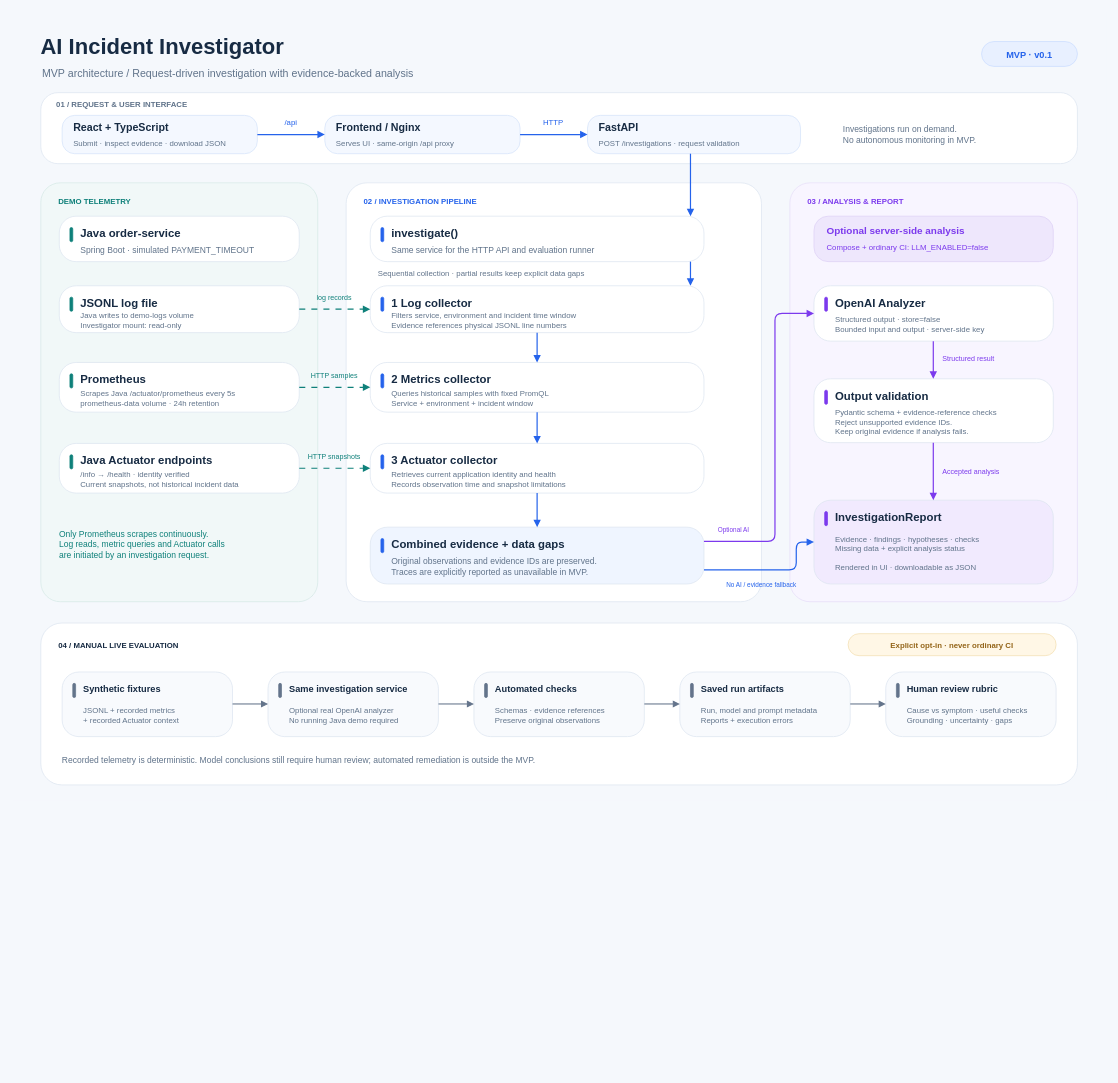
Earlier version of the draw.io diagram docs/architecture/architecture.drawio (woody-ai-dev/ai-incident-investigator). Source tidied: cells renumbered, new cells numbered last; positions are measured from the earlier drawing's top-left corner, leaving out a move shared by most shapes. Both pictures are drawn from the tidied source at 71%, with x=0, y=0 at pixel (12, 12).
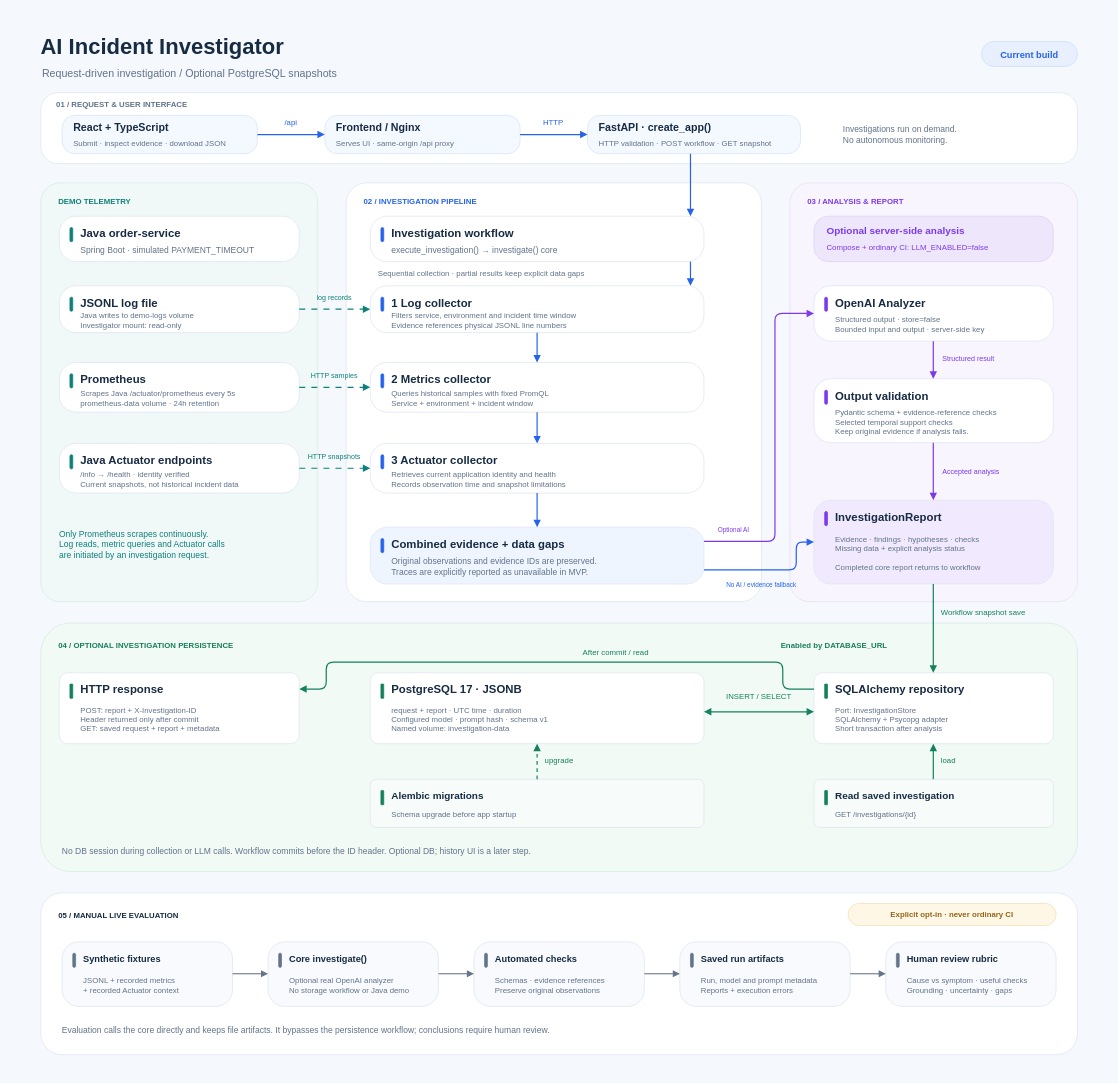
The same page after the edit.

Unchanged cells that the change refers to:
```xml
<mxCell id="17" style="group;" parent="1" vertex="1">
  <mxGeometry x="810" y="145" width="300" height="54" as="geometry" />
</mxCell>
<mxCell id="37" style="group;" parent="1" vertex="1">
  <mxGeometry x="504" y="287" width="470" height="64" as="geometry" />
</mxCell>
<mxCell id="98" style="group;" parent="1" vertex="1">
  <mxGeometry x="1129" y="516" width="337" height="90" as="geometry" />
</mxCell>
<mxCell id="103" style="group;" parent="1" vertex="1">
  <mxGeometry x="1129" y="687" width="337" height="118" as="geometry" />
</mxCell>
```

Change to the diagram source:
```diff
@@
     <mxCell id="2" style="rounded=0;arcSize=0;whiteSpace=wrap;html=0;fillColor=#F5F8FC;strokeColor=#F5F8FC;strokeWidth=1;" parent="1" vertex="1">
-      <mxGeometry width="1540" height="1110" as="geometry" />
+      <mxGeometry width="1540" height="1490" as="geometry" />
     </mxCell>
@@
-    <mxCell id="4" value="MVP architecture  /  Request-driven investigation with evidence-backed analysis" style="text;html=0;strokeColor=none;fillColor=none;align=left;verticalAlign=middle;whiteSpace=wrap;rounded=0;fontFamily=Arial;fontSize=15;fontColor=#60738A;fontStyle=0;spacing=0;" parent="1" vertex="1">
+    <mxCell id="4" value="Request-driven investigation  /  Optional PostgreSQL snapshots" style="text;html=0;strokeColor=none;fillColor=none;align=left;verticalAlign=middle;whiteSpace=wrap;rounded=0;fontFamily=Arial;fontSize=15;fontColor=#60738A;fontStyle=0;spacing=0;" parent="1" vertex="1">
       <mxGeometry x="42" y="74" width="1080" height="21" as="geometry" />
     </mxCell>
@@
-    <mxCell id="6" value="MVP  ·  v0.1" style="text;html=0;strokeColor=none;fillColor=none;align=center;verticalAlign=middle;whiteSpace=wrap;rounded=0;fontFamily=Arial;fontSize=13;fontColor=#2563EB;fontStyle=1;spacing=0;" parent="1" vertex="1">
+    <mxCell id="6" value="Current build" style="text;html=0;strokeColor=none;fillColor=none;align=center;verticalAlign=middle;whiteSpace=wrap;rounded=0;fontFamily=Arial;fontSize=13;fontColor=#2563EB;fontStyle=1;spacing=0;" parent="1" vertex="1">
       <mxGeometry x="1365" y="41" width="135" height="35" as="geometry" />
     </mxCell>
@@
-    <mxCell id="19" value="FastAPI" style="text;html=0;strokeColor=none;fillColor=none;align=left;verticalAlign=middle;whiteSpace=wrap;rounded=0;fontFamily=Arial;fontSize=15;fontColor=#172B43;fontStyle=1;spacing=0;" parent="17" vertex="1">
+    <mxCell id="19" value="FastAPI · create_app()" style="text;html=0;strokeColor=none;fillColor=none;align=left;verticalAlign=middle;whiteSpace=wrap;rounded=0;fontFamily=Arial;fontSize=15;fontColor=#172B43;fontStyle=1;spacing=0;" parent="17" vertex="1">
       <mxGeometry x="16" y="5" width="270" height="23" as="geometry" />
     </mxCell>
-    <mxCell id="20" value="POST /investigations · request validation" style="text;html=0;strokeColor=none;fillColor=none;align=left;verticalAlign=middle;whiteSpace=wrap;rounded=0;fontFamily=Arial;fontSize=11;fontColor=#60738A;fontStyle=0;spacing=0;" parent="17" vertex="1">
+    <mxCell id="20" value="HTTP validation · POST workflow · GET snapshot" style="text;html=0;strokeColor=none;fillColor=none;align=left;verticalAlign=middle;whiteSpace=wrap;rounded=0;fontFamily=Arial;fontSize=11;fontColor=#60738A;fontStyle=0;spacing=0;" parent="17" vertex="1">
       <mxGeometry x="16" y="31" width="270" height="16" as="geometry" />
     </mxCell>
@@
-    <mxCell id="25" value="Investigations run on demand.&#10;No autonomous monitoring in MVP." style="text;html=0;strokeColor=none;fillColor=none;align=left;verticalAlign=middle;whiteSpace=wrap;rounded=0;fontFamily=Arial;fontSize=12;fontColor=#60738A;fontStyle=0;spacing=0;" parent="1" vertex="1">
+    <mxCell id="25" value="Investigations run on demand.&#10;No autonomous monitoring." style="text;html=0;strokeColor=none;fillColor=none;align=left;verticalAlign=middle;whiteSpace=wrap;rounded=0;fontFamily=Arial;fontSize=12;fontColor=#60738A;fontStyle=0;spacing=0;" parent="1" vertex="1">
       <mxGeometry x="1170" y="151" width="290" height="42" as="geometry" />
     </mxCell>
@@
-    <mxCell id="40" value="investigate()" style="text;html=0;strokeColor=none;fillColor=none;align=left;verticalAlign=middle;whiteSpace=wrap;rounded=0;fontFamily=Arial;fontSize=16;fontColor=#172B43;fontStyle=1;spacing=0;" parent="37" vertex="1">
+    <mxCell id="40" value="Investigation workflow" style="text;html=0;strokeColor=none;fillColor=none;align=left;verticalAlign=middle;whiteSpace=wrap;rounded=0;fontFamily=Arial;fontSize=16;fontColor=#172B43;fontStyle=1;spacing=0;" parent="37" vertex="1">
       <mxGeometry x="30" y="11" width="426" height="25" as="geometry" />
     </mxCell>
-    <mxCell id="41" value="Same service for the HTTP API and evaluation runner" style="text;html=0;strokeColor=none;fillColor=none;align=left;verticalAlign=middle;whiteSpace=wrap;rounded=0;fontFamily=Arial;fontSize=12;fontColor=#60738A;fontStyle=0;spacing=0;" parent="37" vertex="1">
+    <mxCell id="41" value="execute_investigation() → investigate() core" style="text;html=0;strokeColor=none;fillColor=none;align=left;verticalAlign=middle;whiteSpace=wrap;rounded=0;fontFamily=Arial;fontSize=12;fontColor=#60738A;fontStyle=0;spacing=0;" parent="37" vertex="1">
       <mxGeometry x="30" y="38" width="427" height="19" as="geometry" />
     </mxCell>
@@
-    <mxCell id="102" value="Pydantic schema + evidence-reference checks&#10;Reject unsupported evidence IDs.&#10;Keep original evidence if analysis fails." style="text;html=0;strokeColor=none;fillColor=none;align=left;verticalAlign=middle;whiteSpace=wrap;rounded=0;fontFamily=Arial;fontSize=11;fontColor=#60738A;fontStyle=0;spacing=0;" parent="98" vertex="1">
+    <mxCell id="102" value="Pydantic schema + evidence-reference checks&#10;Selected temporal support checks&#10;Keep original evidence if analysis fails." style="text;html=0;strokeColor=none;fillColor=none;align=left;verticalAlign=middle;whiteSpace=wrap;rounded=0;fontFamily=Arial;fontSize=11;fontColor=#60738A;fontStyle=0;spacing=0;" parent="98" vertex="1">
       <mxGeometry x="30" y="38" width="294" height="45" as="geometry" />
     </mxCell>
@@
-    <mxCell id="107" value="Evidence · findings · hypotheses · checks&#10;Missing data + explicit analysis status&#10;&#10;Rendered in UI · downloadable as JSON" style="text;html=0;strokeColor=none;fillColor=none;align=left;verticalAlign=middle;whiteSpace=wrap;rounded=0;fontFamily=Arial;fontSize=11;fontColor=#60738A;fontStyle=0;spacing=0;" parent="103" vertex="1">
+    <mxCell id="107" value="Evidence · findings · hypotheses · checks&#10;Missing data + explicit analysis status&#10;&#10;Completed core report returns to workflow" style="text;html=0;strokeColor=none;fillColor=none;align=left;verticalAlign=middle;whiteSpace=wrap;rounded=0;fontFamily=Arial;fontSize=11;fontColor=#60738A;fontStyle=0;spacing=0;" parent="103" vertex="1">
       <mxGeometry x="30" y="38" width="294" height="73" as="geometry" />
     </mxCell>
@@
     <mxCell id="116" style="rounded=1;arcSize=13;whiteSpace=wrap;html=0;fillColor=#FFFFFF;strokeColor=#DCE5F0;strokeWidth=1;" parent="1" vertex="1">
-      <mxGeometry x="40" y="860" width="1460" height="228" as="geometry" />
+      <mxGeometry x="40" y="1240" width="1460" height="228" as="geometry" />
     </mxCell>
-    <mxCell id="117" value="04  /  MANUAL LIVE EVALUATION" style="text;html=0;strokeColor=none;fillColor=none;align=left;verticalAlign=middle;whiteSpace=wrap;rounded=0;fontFamily=Arial;fontSize=11;fontColor=#172B43;fontStyle=1;spacing=0;" parent="1" vertex="1">
-      <mxGeometry x="65" y="881" width="850" height="22" as="geometry" />
+    <mxCell id="117" value="05  /  MANUAL LIVE EVALUATION" style="text;html=0;strokeColor=none;fillColor=none;align=left;verticalAlign=middle;whiteSpace=wrap;rounded=0;fontFamily=Arial;fontSize=11;fontColor=#172B43;fontStyle=1;spacing=0;" parent="1" vertex="1">
+      <mxGeometry x="65" y="1261" width="850" height="22" as="geometry" />
     </mxCell>
     <mxCell id="118" style="rounded=1;arcSize=50;whiteSpace=wrap;html=0;fillColor=#FFF7E6;strokeColor=#F3DFB1;strokeWidth=1;" parent="1" vertex="1">
-      <mxGeometry x="1177" y="875" width="293" height="31" as="geometry" />
+      <mxGeometry x="1177" y="1255" width="293" height="31" as="geometry" />
     </mxCell>
     <mxCell id="119" value="Explicit opt-in · never ordinary CI" style="text;html=0;strokeColor=none;fillColor=none;align=center;verticalAlign=middle;whiteSpace=wrap;rounded=0;fontFamily=Arial;fontSize=11;fontColor=#936418;fontStyle=1;spacing=0;" parent="1" vertex="1">
-      <mxGeometry x="1177" y="875" width="293" height="31" as="geometry" />
+      <mxGeometry x="1177" y="1255" width="293" height="31" as="geometry" />
     </mxCell>
     <mxCell id="120" style="group;" parent="1" vertex="1">
-      <mxGeometry x="70" y="929" width="240" height="91" as="geometry" />
+      <mxGeometry x="70" y="1309" width="240" height="91" as="geometry" />
     </mxCell>
@@
     <mxCell id="125" style="group;" parent="1" vertex="1">
-      <mxGeometry x="360" y="929" width="240" height="91" as="geometry" />
+      <mxGeometry x="360" y="1309" width="240" height="91" as="geometry" />
     </mxCell>
@@
-    <mxCell id="128" value="Same investigation service" style="text;html=0;strokeColor=none;fillColor=none;align=left;verticalAlign=middle;whiteSpace=wrap;rounded=0;fontFamily=Arial;fontSize=13;fontColor=#172B43;fontStyle=1;spacing=0;" parent="125" vertex="1">
+    <mxCell id="128" value="Core investigate()" style="text;html=0;strokeColor=none;fillColor=none;align=left;verticalAlign=middle;whiteSpace=wrap;rounded=0;fontFamily=Arial;fontSize=13;fontColor=#172B43;fontStyle=1;spacing=0;" parent="125" vertex="1">
       <mxGeometry x="30" y="11" width="196" height="25" as="geometry" />
     </mxCell>
-    <mxCell id="129" value="Optional real OpenAI analyzer&#10;No running Java demo required" style="text;html=0;strokeColor=none;fillColor=none;align=left;verticalAlign=middle;whiteSpace=wrap;rounded=0;fontFamily=Arial;fontSize=11;fontColor=#60738A;fontStyle=0;spacing=0;" parent="125" vertex="1">
+    <mxCell id="129" value="Optional real OpenAI analyzer&#10;No storage workflow or Java demo" style="text;html=0;strokeColor=none;fillColor=none;align=left;verticalAlign=middle;whiteSpace=wrap;rounded=0;fontFamily=Arial;fontSize=11;fontColor=#60738A;fontStyle=0;spacing=0;" parent="125" vertex="1">
       <mxGeometry x="30" y="38" width="197" height="46" as="geometry" />
     </mxCell>
@@
     <mxCell id="131" style="group;" parent="1" vertex="1">
-      <mxGeometry x="650" y="929" width="240" height="91" as="geometry" />
+      <mxGeometry x="650" y="1309" width="240" height="91" as="geometry" />
     </mxCell>
@@
     <mxCell id="137" style="group;" parent="1" vertex="1">
-      <mxGeometry x="940" y="929" width="240" height="91" as="geometry" />
+      <mxGeometry x="940" y="1309" width="240" height="91" as="geometry" />
     </mxCell>
@@
     <mxCell id="143" style="group;" parent="1" vertex="1">
-      <mxGeometry x="1230" y="929" width="240" height="91" as="geometry" />
+      <mxGeometry x="1230" y="1309" width="240" height="91" as="geometry" />
     </mxCell>
@@
-    <mxCell id="149" value="Recorded telemetry is deterministic. Model conclusions still require human review; automated remediation is outside the MVP." style="text;html=0;strokeColor=none;fillColor=none;align=left;verticalAlign=middle;whiteSpace=wrap;rounded=0;fontFamily=Arial;fontSize=12;fontColor=#60738A;fontStyle=0;spacing=0;" parent="1" vertex="1">
-      <mxGeometry x="70" y="1043" width="1400" height="22" as="geometry" />
+    <mxCell id="149" value="Evaluation calls the core directly and keeps file artifacts. It bypasses the persistence workflow; conclusions require human review." style="text;html=0;strokeColor=none;fillColor=none;align=left;verticalAlign=middle;whiteSpace=wrap;rounded=0;fontFamily=Arial;fontSize=12;fontColor=#60738A;fontStyle=0;spacing=0;" parent="1" vertex="1">
+      <mxGeometry x="70" y="1423" width="1400" height="22" as="geometry" />
     </mxCell>
+    <mxCell id="150" style="rounded=1;arcSize=12;html=0;fillColor=#F2FAF6;strokeColor=#D5EADF;strokeWidth=1;" parent="1" vertex="1">
+      <mxGeometry x="40" y="860" width="1460" height="350" as="geometry" />
+    </mxCell>
+    <mxCell id="151" value="04  /  OPTIONAL INVESTIGATION PERSISTENCE" style="text;html=0;strokeColor=none;fillColor=none;align=left;verticalAlign=middle;whiteSpace=wrap;rounded=0;fontFamily=Arial;fontSize=11;fontColor=#15805D;fontStyle=1;spacing=0;" parent="1" vertex="1">
+      <mxGeometry x="65" y="881" width="650" height="22" as="geometry" />
+    </mxCell>
+    <mxCell id="152" value="Enabled by DATABASE_URL" style="text;html=0;strokeColor=none;fillColor=none;align=center;verticalAlign=middle;whiteSpace=wrap;rounded=0;fontFamily=Arial;fontSize=11;fontColor=#15805D;fontStyle=1;spacing=0;" parent="1" vertex="1">
+      <mxGeometry x="1045" y="881" width="225" height="22" as="geometry" />
+    </mxCell>
+    <mxCell id="153" style="rounded=1;arcSize=12;html=0;fillColor=#FFFFFF;strokeColor=#DCE5F0;strokeWidth=1;" parent="1" vertex="1">
+      <mxGeometry x="66" y="930" width="338" height="100" as="geometry" />
+    </mxCell>
+    <mxCell id="154" style="rounded=1;arcSize=12;html=0;fillColor=#15805D;strokeColor=#15805D;strokeWidth=1;" parent="1" vertex="1">
+      <mxGeometry x="81" y="946" width="4" height="20" as="geometry" />
+    </mxCell>
+    <mxCell id="155" value="HTTP response" style="text;html=0;strokeColor=none;fillColor=none;align=left;verticalAlign=middle;whiteSpace=wrap;rounded=0;fontFamily=Arial;fontSize=16;fontColor=#172B43;fontStyle=1;spacing=0;" parent="1" vertex="1">
+      <mxGeometry x="96" y="941" width="294" height="24" as="geometry" />
+    </mxCell>
+    <mxCell id="156" value="POST: report + X-Investigation-ID&#10;Header returned only after commit&#10;GET: saved request + report + metadata" style="text;html=0;strokeColor=none;fillColor=none;align=left;verticalAlign=middle;whiteSpace=wrap;rounded=0;fontFamily=Arial;fontSize=11;fontColor=#60738A;fontStyle=0;spacing=0;" parent="1" vertex="1">
+      <mxGeometry x="96" y="970" width="294" height="52" as="geometry" />
+    </mxCell>
+    <mxCell id="157" style="rounded=1;arcSize=12;html=0;fillColor=#FFFFFF;strokeColor=#DCE5F0;strokeWidth=1;" parent="1" vertex="1">
+      <mxGeometry x="504" y="930" width="470" height="100" as="geometry" />
+    </mxCell>
+    <mxCell id="158" style="rounded=1;arcSize=12;html=0;fillColor=#15805D;strokeColor=#15805D;strokeWidth=1;" parent="1" vertex="1">
+      <mxGeometry x="519" y="946" width="4" height="20" as="geometry" />
+    </mxCell>
+    <mxCell id="159" value="PostgreSQL 17 · JSONB" style="text;html=0;strokeColor=none;fillColor=none;align=left;verticalAlign=middle;whiteSpace=wrap;rounded=0;fontFamily=Arial;fontSize=16;fontColor=#172B43;fontStyle=1;spacing=0;" parent="1" vertex="1">
+      <mxGeometry x="534" y="941" width="426" height="24" as="geometry" />
+    </mxCell>
+    <mxCell id="160" value="request + report · UTC time · duration&#10;Configured model · prompt hash · schema v1&#10;Named volume: investigation-data" style="text;html=0;strokeColor=none;fillColor=none;align=left;verticalAlign=middle;whiteSpace=wrap;rounded=0;fontFamily=Arial;fontSize=11;fontColor=#60738A;fontStyle=0;spacing=0;" parent="1" vertex="1">
+      <mxGeometry x="534" y="970" width="426" height="52" as="geometry" />
+    </mxCell>
+    <mxCell id="161" style="rounded=1;arcSize=12;html=0;fillColor=#FFFFFF;strokeColor=#DCE5F0;strokeWidth=1;" parent="1" vertex="1">
+      <mxGeometry x="1129" y="930" width="337" height="100" as="geometry" />
+    </mxCell>
+    <mxCell id="162" style="rounded=1;arcSize=12;html=0;fillColor=#15805D;strokeColor=#15805D;strokeWidth=1;" parent="1" vertex="1">
+      <mxGeometry x="1144" y="946" width="4" height="20" as="geometry" />
+    </mxCell>
+    <mxCell id="163" value="SQLAlchemy repository" style="text;html=0;strokeColor=none;fillColor=none;align=left;verticalAlign=middle;whiteSpace=wrap;rounded=0;fontFamily=Arial;fontSize=16;fontColor=#172B43;fontStyle=1;spacing=0;" parent="1" vertex="1">
+      <mxGeometry x="1159" y="941" width="293" height="24" as="geometry" />
+    </mxCell>
+    <mxCell id="164" value="Port: InvestigationStore&#10;SQLAlchemy + Psycopg adapter&#10;Short transaction after analysis" style="text;html=0;strokeColor=none;fillColor=none;align=left;verticalAlign=middle;whiteSpace=wrap;rounded=0;fontFamily=Arial;fontSize=11;fontColor=#60738A;fontStyle=0;spacing=0;" parent="1" vertex="1">
+      <mxGeometry x="1159" y="970" width="293" height="52" as="geometry" />
+    </mxCell>
+    <mxCell id="165" style="rounded=1;arcSize=12;html=0;fillColor=#F7FBF9;strokeColor=#DCE5F0;strokeWidth=1;" parent="1" vertex="1">
+      <mxGeometry x="504" y="1080" width="470" height="68" as="geometry" />
+    </mxCell>
+    <mxCell id="166" style="rounded=1;arcSize=12;html=0;fillColor=#15805D;strokeColor=#15805D;strokeWidth=1;" parent="1" vertex="1">
+      <mxGeometry x="519" y="1096" width="4" height="20" as="geometry" />
+    </mxCell>
+    <mxCell id="167" value="Alembic migrations" style="text;html=0;strokeColor=none;fillColor=none;align=left;verticalAlign=middle;whiteSpace=wrap;rounded=0;fontFamily=Arial;fontSize=14;fontColor=#172B43;fontStyle=1;spacing=0;" parent="1" vertex="1">
+      <mxGeometry x="534" y="1091" width="426" height="24" as="geometry" />
+    </mxCell>
+    <mxCell id="168" value="Schema upgrade before app startup" style="text;html=0;strokeColor=none;fillColor=none;align=left;verticalAlign=middle;whiteSpace=wrap;rounded=0;fontFamily=Arial;fontSize=11;fontColor=#60738A;fontStyle=0;spacing=0;" parent="1" vertex="1">
+      <mxGeometry x="534" y="1120" width="426" height="20" as="geometry" />
+    </mxCell>
+    <mxCell id="169" style="rounded=1;arcSize=12;html=0;fillColor=#F7FBF9;strokeColor=#DCE5F0;strokeWidth=1;" parent="1" vertex="1">
+      <mxGeometry x="1129" y="1080" width="337" height="68" as="geometry" />
+    </mxCell>
+    <mxCell id="170" style="rounded=1;arcSize=12;html=0;fillColor=#15805D;strokeColor=#15805D;strokeWidth=1;" parent="1" vertex="1">
+      <mxGeometry x="1144" y="1096" width="4" height="20" as="geometry" />
+    </mxCell>
+    <mxCell id="171" value="Read saved investigation" style="text;html=0;strokeColor=none;fillColor=none;align=left;verticalAlign=middle;whiteSpace=wrap;rounded=0;fontFamily=Arial;fontSize=14;fontColor=#172B43;fontStyle=1;spacing=0;" parent="1" vertex="1">
+      <mxGeometry x="1159" y="1091" width="293" height="24" as="geometry" />
+    </mxCell>
+    <mxCell id="172" value="GET /investigations/{id}" style="text;html=0;strokeColor=none;fillColor=none;align=left;verticalAlign=middle;whiteSpace=wrap;rounded=0;fontFamily=Arial;fontSize=11;fontColor=#60738A;fontStyle=0;spacing=0;" parent="1" vertex="1">
+      <mxGeometry x="1159" y="1120" width="293" height="20" as="geometry" />
+    </mxCell>
+    <mxCell id="173" style="edgeStyle=orthogonalEdgeStyle;rounded=1;html=0;strokeColor=#15805D;strokeWidth=1.7;endArrow=block;endFill=1;exitX=0.49851632047477745;exitY=1.0;exitPerimeter=0;entryX=0.49851632047477745;entryY=0.0;entryPerimeter=0;" parent="1" edge="1" source="103" target="161">
+      <mxGeometry relative="1" as="geometry" />
+    </mxCell>
+    <mxCell id="174" value="Workflow snapshot save" style="text;html=0;strokeColor=none;fillColor=none;align=left;verticalAlign=middle;whiteSpace=wrap;rounded=0;fontFamily=Arial;fontSize=11;fontColor=#15805D;fontStyle=0;spacing=0;" parent="1" vertex="1">
+      <mxGeometry x="1308" y="835" width="175" height="20" as="geometry" />
+    </mxCell>
+    <mxCell id="175" style="edgeStyle=orthogonalEdgeStyle;rounded=1;html=0;strokeColor=#15805D;strokeWidth=1.7;endArrow=block;endFill=1;exitX=0.0;exitY=0.55;exitPerimeter=0;entryX=1.0;entryY=0.55;entryPerimeter=0;startArrow=block;startFill=1;" parent="1" edge="1" source="161" target="157">
+      <mxGeometry relative="1" as="geometry" />
+    </mxCell>
+    <mxCell id="176" value="INSERT / SELECT" style="text;html=0;strokeColor=none;fillColor=none;align=center;verticalAlign=middle;whiteSpace=wrap;rounded=0;fontFamily=Arial;fontSize=11;fontColor=#15805D;fontStyle=0;spacing=0;" parent="1" vertex="1">
+      <mxGeometry x="980" y="954" width="143" height="20" as="geometry" />
+    </mxCell>
+    <mxCell id="177" style="edgeStyle=orthogonalEdgeStyle;rounded=1;html=0;strokeColor=#15805D;strokeWidth=1.7;endArrow=block;endFill=1;exitX=0.0;exitY=0.23;exitPerimeter=0;entryX=1.0;entryY=0.23;entryPerimeter=0;" parent="1" edge="1" source="161" target="153">
+      <mxGeometry relative="1" as="geometry">
+        <Array as="points">
+          <mxPoint x="1085" y="953" />
+          <mxPoint x="1085" y="915" />
+          <mxPoint x="442" y="915" />
+          <mxPoint x="442" y="953" />
+        </Array>
+      </mxGeometry>
+    </mxCell>
+    <mxCell id="178" value="After commit / read" style="text;html=0;strokeColor=none;fillColor=none;align=center;verticalAlign=middle;whiteSpace=wrap;rounded=0;fontFamily=Arial;fontSize=11;fontColor=#15805D;fontStyle=0;spacing=0;" parent="1" vertex="1">
+      <mxGeometry x="740" y="892" width="220" height="20" as="geometry" />
+    </mxCell>
+    <mxCell id="179" style="edgeStyle=orthogonalEdgeStyle;rounded=1;html=0;strokeColor=#15805D;strokeWidth=1.7;endArrow=block;endFill=1;exitX=0.5;exitY=0.0;exitPerimeter=0;entryX=0.5;entryY=1.0;entryPerimeter=0;dashed=1;" parent="1" edge="1" source="165" target="157">
+      <mxGeometry relative="1" as="geometry" />
+    </mxCell>
+    <mxCell id="180" value="upgrade" style="text;html=0;strokeColor=none;fillColor=none;align=left;verticalAlign=middle;whiteSpace=wrap;rounded=0;fontFamily=Arial;fontSize=11;fontColor=#15805D;fontStyle=0;spacing=0;" parent="1" vertex="1">
+      <mxGeometry x="750" y="1043" width="100" height="20" as="geometry" />
+    </mxCell>
+    <mxCell id="181" style="edgeStyle=orthogonalEdgeStyle;rounded=1;html=0;strokeColor=#15805D;strokeWidth=1.7;endArrow=block;endFill=1;exitX=0.49851632047477745;exitY=0.0;exitPerimeter=0;entryX=0.49851632047477745;entryY=1.0;entryPerimeter=0;" parent="1" edge="1" source="169" target="161">
+      <mxGeometry relative="1" as="geometry" />
+    </mxCell>
+    <mxCell id="182" value="load" style="text;html=0;strokeColor=none;fillColor=none;align=left;verticalAlign=middle;whiteSpace=wrap;rounded=0;fontFamily=Arial;fontSize=11;fontColor=#15805D;fontStyle=0;spacing=0;" parent="1" vertex="1">
+      <mxGeometry x="1308" y="1043" width="100" height="20" as="geometry" />
+    </mxCell>
+    <mxCell id="183" value="No DB session during collection or LLM calls. Workflow commits before the ID header. Optional DB; history UI is a later step." style="text;html=0;strokeColor=none;fillColor=none;align=left;verticalAlign=middle;whiteSpace=wrap;rounded=0;fontFamily=Arial;fontSize=12;fontColor=#60738A;fontStyle=0;spacing=0;" parent="1" vertex="1">
+      <mxGeometry x="70" y="1171" width="1400" height="22" as="geometry" />
+    </mxCell>
```
